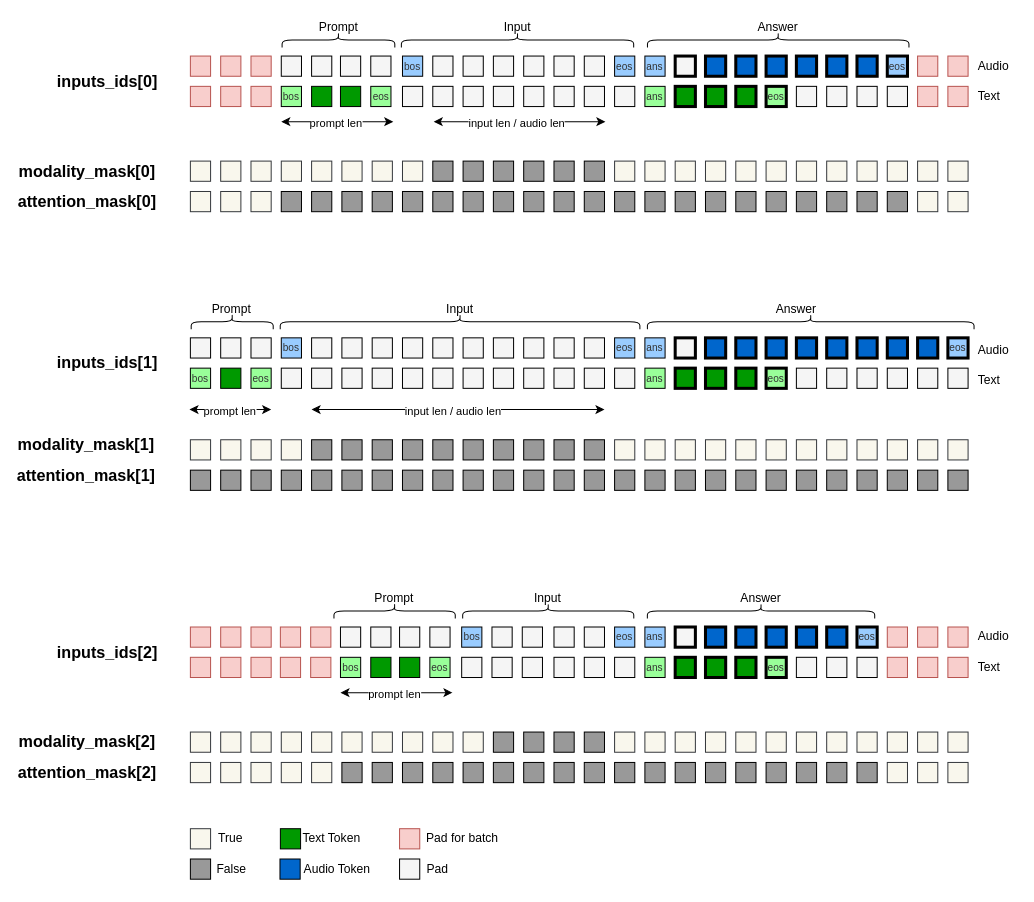
xrysamuel/my-drawio keeps this draw.io diagram as Drafts/slam-omni.drawio. Above is the earlier version. Source tidied: cells renumbered, new cells numbered last; positions are measured from the earlier drawing's top-left corner, leaving out a move shared by most shapes. Both pictures are drawn from the tidied source at 101%, with x=0, y=0 at pixel (27, -91).
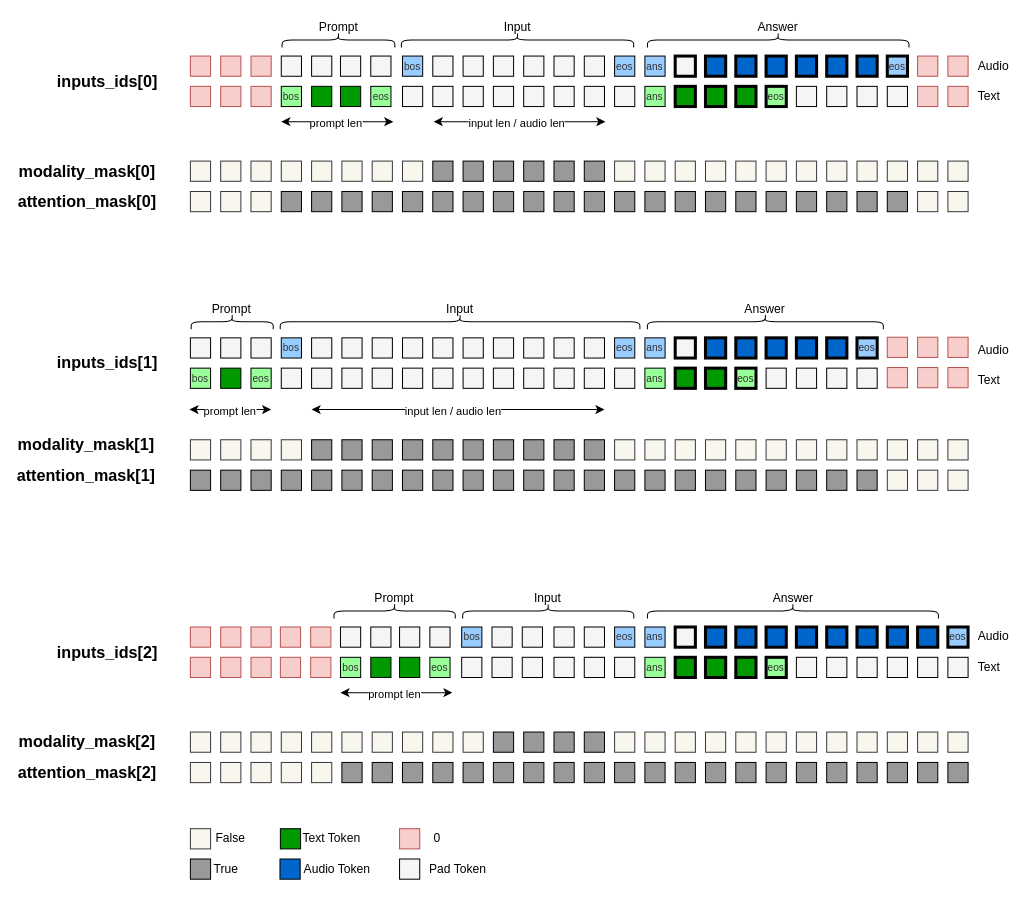
The same page after the edit.

The edit, as a diff of the source:
```diff
@@
-    <mxCell id="71" style="rounded=0;whiteSpace=wrap;html=1;fillColor=#009900;strokeColor=default;fontColor=#333333;fontSize=10;strokeWidth=3;" parent="1" vertex="1">
-      <mxGeometry x="701" y="454" width="20" height="20" as="geometry" />
-    </mxCell>
@@
-    <mxCell id="79" style="rounded=0;whiteSpace=wrap;html=1;fillColor=#0066CC;strokeColor=default;fontColor=#333333;fontSize=10;strokeWidth=3;" parent="1" vertex="1">
-      <mxGeometry x="821" y="424" width="20" height="20" as="geometry" />
-    </mxCell>
-    <mxCell id="80" style="rounded=0;whiteSpace=wrap;html=1;fillColor=#0066CC;strokeColor=default;fontColor=#333333;fontSize=10;strokeWidth=3;" parent="1" vertex="1">
-      <mxGeometry x="881" y="424" width="20" height="20" as="geometry" />
-    </mxCell>
-    <mxCell id="81" style="rounded=0;whiteSpace=wrap;html=1;fillColor=#f5f5f5;strokeColor=default;fontColor=#333333;fontSize=10;align=center;verticalAlign=middle;fontFamily=Helvetica;" parent="1" vertex="1">
-      <mxGeometry x="881" y="454" width="20" height="20" as="geometry" />
-    </mxCell>
-    <mxCell id="82" style="rounded=0;whiteSpace=wrap;html=1;fillColor=#f5f5f5;strokeColor=default;fontColor=#333333;fontSize=10;align=center;verticalAlign=middle;fontFamily=Helvetica;" parent="1" vertex="1">
-      <mxGeometry x="911" y="454" width="20" height="20" as="geometry" />
-    </mxCell>
     <mxCell id="83" value="eos" style="rounded=0;whiteSpace=wrap;html=1;fillColor=#99CCFF;strokeColor=default;fontColor=#333333;fontSize=10;align=center;verticalAlign=middle;fontFamily=Helvetica;strokeWidth=3;" parent="1" vertex="1">
-      <mxGeometry x="911" y="424" width="20" height="20" as="geometry" />
+      <mxGeometry x="821" y="424" width="20" height="20" as="geometry" />
     </mxCell>
     <mxCell id="84" value="eos" style="rounded=0;whiteSpace=wrap;html=1;fillColor=#99FF99;strokeColor=default;fontColor=#333333;fontSize=10;strokeWidth=3;" parent="1" vertex="1">
-      <mxGeometry x="731" y="454" width="20" height="20" as="geometry" />
+      <mxGeometry x="701" y="454" width="20" height="20" as="geometry" />
     </mxCell>
@@
-    <mxCell id="105" style="rounded=0;whiteSpace=wrap;html=1;fillColor=#f5f5f5;strokeColor=default;fontColor=#333333;fontSize=10;align=center;verticalAlign=middle;fontFamily=Helvetica;" parent="1" vertex="1">
-      <mxGeometry x="851" y="454" width="20" height="20" as="geometry" />
-    </mxCell>
-    <mxCell id="106" style="rounded=0;whiteSpace=wrap;html=1;fillColor=#0066CC;strokeColor=default;fontColor=#333333;fontSize=10;strokeWidth=3;" parent="1" vertex="1">
-      <mxGeometry x="851" y="424" width="20" height="20" as="geometry" />
-    </mxCell>
@@
     <mxCell id="115" style="shape=curlyBracket;whiteSpace=wrap;html=1;rounded=1;flipH=1;labelPosition=right;verticalLabelPosition=middle;align=left;verticalAlign=middle;rotation=-90;" parent="1" vertex="1">
-      <mxGeometry x="767.7" y="246.4" width="15" height="323.4" as="geometry" />
+      <mxGeometry x="722.8" y="291.2" width="15" height="233.6" as="geometry" />
     </mxCell>
     <mxCell id="116" value="Answer" style="text;html=1;align=center;verticalAlign=middle;whiteSpace=wrap;rounded=0;" parent="1" vertex="1">
-      <mxGeometry x="731" y="385.5" width="60" height="20" as="geometry" />
+      <mxGeometry x="700.3" y="385.5" width="60" height="20" as="geometry" />
     </mxCell>
@@
-    <mxCell id="232" style="rounded=0;whiteSpace=wrap;html=1;fillColor=#999999;strokeColor=default;fontColor=#333333;fontSize=10;align=center;verticalAlign=middle;fontFamily=Helvetica;" parent="1" vertex="1">
+    <mxCell id="232" style="rounded=0;whiteSpace=wrap;html=1;fillColor=#f9f7ed;strokeColor=#36393d;fontSize=10;align=center;verticalAlign=middle;fontFamily=Helvetica;" parent="1" vertex="1">
       <mxGeometry x="851" y="555" width="20" height="20" as="geometry" />
     </mxCell>
@@
-    <mxCell id="237" style="rounded=0;whiteSpace=wrap;html=1;fillColor=#999999;strokeColor=default;fontColor=#333333;fontSize=10;align=center;verticalAlign=middle;fontFamily=Helvetica;" parent="1" vertex="1">
+    <mxCell id="237" style="rounded=0;whiteSpace=wrap;html=1;fillColor=#f9f7ed;strokeColor=#36393d;fontSize=10;align=center;verticalAlign=middle;fontFamily=Helvetica;" parent="1" vertex="1">
       <mxGeometry x="911" y="555" width="20" height="20" as="geometry" />
     </mxCell>
-    <mxCell id="238" style="rounded=0;whiteSpace=wrap;html=1;fillColor=#999999;strokeColor=default;fontColor=#333333;fontSize=10;align=center;verticalAlign=middle;fontFamily=Helvetica;" parent="1" vertex="1">
+    <mxCell id="238" style="rounded=0;whiteSpace=wrap;html=1;fillColor=#f9f7ed;strokeColor=#36393d;fontSize=10;align=center;verticalAlign=middle;fontFamily=Helvetica;" parent="1" vertex="1">
       <mxGeometry x="881" y="555" width="20" height="20" as="geometry" />
     </mxCell>
@@
-    <mxCell id="266" style="rounded=0;whiteSpace=wrap;html=1;fillColor=#f8cecc;strokeColor=#b85450;fontSize=10;align=center;verticalAlign=middle;fontFamily=Helvetica;" parent="1" vertex="1">
-      <mxGeometry x="881" y="740.3" width="20" height="20" as="geometry" />
-    </mxCell>
     <mxCell id="267" value="eos" style="rounded=0;whiteSpace=wrap;html=1;fillColor=#99CCFF;strokeColor=default;fontColor=#333333;fontSize=10;align=center;verticalAlign=middle;fontFamily=Helvetica;strokeWidth=3;" parent="1" vertex="1">
-      <mxGeometry x="821" y="710.3" width="20" height="20" as="geometry" />
+      <mxGeometry x="911" y="710.3" width="20" height="20" as="geometry" />
     </mxCell>
@@
     <mxCell id="281" style="shape=curlyBracket;whiteSpace=wrap;html=1;rounded=1;flipH=1;labelPosition=right;verticalLabelPosition=middle;align=left;verticalAlign=middle;rotation=-90;" parent="1" vertex="1">
-      <mxGeometry x="718.5" y="581.9" width="15" height="225.1" as="geometry" />
+      <mxGeometry x="750.1" y="550.3" width="15" height="288.1" as="geometry" />
     </mxCell>
     <mxCell id="282" value="Answer" style="text;html=1;align=center;verticalAlign=middle;whiteSpace=wrap;rounded=0;" parent="1" vertex="1">
-      <mxGeometry x="696" y="671.9" width="60" height="20" as="geometry" />
+      <mxGeometry x="727.6" y="671.9" width="60" height="20" as="geometry" />
     </mxCell>
@@
-    <mxCell id="293" style="rounded=0;whiteSpace=wrap;html=1;fillColor=#f8cecc;strokeColor=#b85450;fontSize=10;" parent="1" vertex="1">
-      <mxGeometry x="911" y="710.3" width="20" height="20" as="geometry" />
-    </mxCell>
-    <mxCell id="294" style="rounded=0;whiteSpace=wrap;html=1;fillColor=#f8cecc;strokeColor=#b85450;fontSize=10;" parent="1" vertex="1">
-      <mxGeometry x="911" y="740.3" width="20" height="20" as="geometry" />
-    </mxCell>
@@
-    <mxCell id="343" style="rounded=0;whiteSpace=wrap;html=1;fontSize=10;align=center;verticalAlign=middle;fontFamily=Helvetica;fillColor=#f9f7ed;strokeColor=#36393d;" parent="1" vertex="1">
+    <mxCell id="343" style="rounded=0;whiteSpace=wrap;html=1;fontSize=10;align=center;verticalAlign=middle;fontFamily=Helvetica;fillColor=#999999;strokeColor=default;fontColor=#333333;" parent="1" vertex="1">
       <mxGeometry x="851" y="844.4" width="20" height="20" as="geometry" />
     </mxCell>
@@
-    <mxCell id="348" style="rounded=0;whiteSpace=wrap;html=1;fontSize=10;fillColor=#f9f7ed;strokeColor=#36393d;" parent="1" vertex="1">
+    <mxCell id="348" style="rounded=0;whiteSpace=wrap;html=1;fontSize=10;fillColor=#999999;strokeColor=default;align=center;verticalAlign=middle;fontFamily=Helvetica;fontColor=#333333;" parent="1" vertex="1">
       <mxGeometry x="911" y="844.4" width="20" height="20" as="geometry" />
     </mxCell>
-    <mxCell id="349" style="rounded=0;whiteSpace=wrap;html=1;fontSize=10;align=center;verticalAlign=middle;fontFamily=Helvetica;fillColor=#f9f7ed;strokeColor=#36393d;" parent="1" vertex="1">
+    <mxCell id="349" style="rounded=0;whiteSpace=wrap;html=1;fontSize=10;align=center;verticalAlign=middle;fontFamily=Helvetica;fillColor=#999999;strokeColor=default;fontColor=#333333;" parent="1" vertex="1">
       <mxGeometry x="881" y="844.4" width="20" height="20" as="geometry" />
     </mxCell>
-    <mxCell id="350" style="rounded=0;whiteSpace=wrap;html=1;fillColor=#f8cecc;strokeColor=#b85450;fontSize=10;align=center;verticalAlign=middle;fontFamily=Helvetica;" parent="1" vertex="1">
-      <mxGeometry x="881" y="710.3" width="20" height="20" as="geometry" />
-    </mxCell>
@@
-    <mxCell id="355" style="rounded=0;whiteSpace=wrap;html=1;fillColor=#f8cecc;strokeColor=#b85450;fontSize=10;align=center;verticalAlign=middle;fontFamily=Helvetica;" parent="1" vertex="1">
-      <mxGeometry x="851" y="710.3" width="20" height="20" as="geometry" />
-    </mxCell>
-    <mxCell id="356" style="rounded=0;whiteSpace=wrap;html=1;fillColor=#f8cecc;strokeColor=#b85450;fontSize=10;align=center;verticalAlign=middle;fontFamily=Helvetica;" parent="1" vertex="1">
-      <mxGeometry x="851" y="740.3" width="20" height="20" as="geometry" />
-    </mxCell>
@@
-    <mxCell id="358" value="True" style="text;html=1;align=center;verticalAlign=middle;whiteSpace=wrap;rounded=0;" parent="1" vertex="1">
+    <mxCell id="358" value="False" style="text;html=1;align=center;verticalAlign=middle;whiteSpace=wrap;rounded=0;" parent="1" vertex="1">
       <mxGeometry x="171" y="905" width="60" height="30" as="geometry" />
     </mxCell>
@@
-    <mxCell id="360" value="False" style="text;html=1;align=center;verticalAlign=middle;whiteSpace=wrap;rounded=0;" parent="1" vertex="1">
-      <mxGeometry x="172.4" y="935" width="60" height="30" as="geometry" />
+    <mxCell id="360" value="True" style="text;html=1;align=center;verticalAlign=middle;whiteSpace=wrap;rounded=0;" parent="1" vertex="1">
+      <mxGeometry x="172.4" y="935" width="48.6" height="30" as="geometry" />
     </mxCell>
@@
-    <mxCell id="366" value="Pad for batch" style="text;html=1;align=center;verticalAlign=middle;whiteSpace=wrap;rounded=0;" parent="1" vertex="1">
-      <mxGeometry x="389.6" y="905" width="81.4" height="30" as="geometry" />
+    <mxCell id="366" value="0" style="text;html=1;align=center;verticalAlign=middle;whiteSpace=wrap;rounded=0;" parent="1" vertex="1">
+      <mxGeometry x="389.6" y="905" width="31.4" height="30" as="geometry" />
     </mxCell>
@@
-    <mxCell id="368" value="Pad" style="text;html=1;align=center;verticalAlign=middle;whiteSpace=wrap;rounded=0;" parent="1" vertex="1">
-      <mxGeometry x="391" y="935" width="30" height="30" as="geometry" />
+    <mxCell id="368" value="Pad Token" style="text;html=1;align=center;verticalAlign=middle;whiteSpace=wrap;rounded=0;" parent="1" vertex="1">
+      <mxGeometry x="391" y="935" width="70" height="30" as="geometry" />
     </mxCell>
+    <mxCell id="369" style="rounded=0;whiteSpace=wrap;html=1;fillColor=#f5f5f5;strokeColor=default;fontColor=#333333;fontSize=10;align=center;verticalAlign=middle;fontFamily=Helvetica;" parent="1" vertex="1">
+      <mxGeometry x="731" y="454" width="20" height="20" as="geometry" />
+    </mxCell>
+    <mxCell id="370" style="rounded=0;whiteSpace=wrap;html=1;fillColor=#f8cecc;strokeColor=#b85450;fontSize=10;align=center;verticalAlign=middle;fontFamily=Helvetica;" parent="1" vertex="1">
+      <mxGeometry x="881" y="453.4" width="20" height="20" as="geometry" />
+    </mxCell>
+    <mxCell id="371" style="rounded=0;whiteSpace=wrap;html=1;fillColor=#f8cecc;strokeColor=#b85450;fontSize=10;" parent="1" vertex="1">
+      <mxGeometry x="911" y="423.4" width="20" height="20" as="geometry" />
+    </mxCell>
+    <mxCell id="372" style="rounded=0;whiteSpace=wrap;html=1;fillColor=#f8cecc;strokeColor=#b85450;fontSize=10;" parent="1" vertex="1">
+      <mxGeometry x="911" y="453.4" width="20" height="20" as="geometry" />
+    </mxCell>
+    <mxCell id="373" style="rounded=0;whiteSpace=wrap;html=1;fillColor=#f8cecc;strokeColor=#b85450;fontSize=10;align=center;verticalAlign=middle;fontFamily=Helvetica;" parent="1" vertex="1">
+      <mxGeometry x="881" y="423.4" width="20" height="20" as="geometry" />
+    </mxCell>
+    <mxCell id="374" style="rounded=0;whiteSpace=wrap;html=1;fillColor=#f8cecc;strokeColor=#b85450;fontSize=10;align=center;verticalAlign=middle;fontFamily=Helvetica;" parent="1" vertex="1">
+      <mxGeometry x="851" y="423.4" width="20" height="20" as="geometry" />
+    </mxCell>
+    <mxCell id="375" style="rounded=0;whiteSpace=wrap;html=1;fillColor=#f8cecc;strokeColor=#b85450;fontSize=10;align=center;verticalAlign=middle;fontFamily=Helvetica;" parent="1" vertex="1">
+      <mxGeometry x="851" y="453.4" width="20" height="20" as="geometry" />
+    </mxCell>
+    <mxCell id="376" style="rounded=0;whiteSpace=wrap;html=1;fillColor=#0066CC;strokeColor=default;fontColor=#333333;fontSize=10;strokeWidth=3;" parent="1" vertex="1">
+      <mxGeometry x="821" y="710.3" width="20" height="20" as="geometry" />
+    </mxCell>
+    <mxCell id="377" style="rounded=0;whiteSpace=wrap;html=1;fillColor=#0066CC;strokeColor=default;fontColor=#333333;fontSize=10;strokeWidth=3;" parent="1" vertex="1">
+      <mxGeometry x="851" y="710.3" width="20" height="20" as="geometry" />
+    </mxCell>
+    <mxCell id="378" style="rounded=0;whiteSpace=wrap;html=1;fillColor=#0066CC;strokeColor=default;fontColor=#333333;fontSize=10;strokeWidth=3;" parent="1" vertex="1">
+      <mxGeometry x="881" y="710.3" width="20" height="20" as="geometry" />
+    </mxCell>
+    <mxCell id="379" style="rounded=0;whiteSpace=wrap;html=1;fillColor=#f5f5f5;strokeColor=default;fontColor=#333333;fontSize=10;align=center;verticalAlign=middle;fontFamily=Helvetica;" parent="1" vertex="1">
+      <mxGeometry x="851" y="740.3" width="20" height="20" as="geometry" />
+    </mxCell>
+    <mxCell id="380" style="rounded=0;whiteSpace=wrap;html=1;fillColor=#f5f5f5;strokeColor=default;fontColor=#333333;fontSize=10;align=center;verticalAlign=middle;fontFamily=Helvetica;" parent="1" vertex="1">
+      <mxGeometry x="881" y="740.3" width="20" height="20" as="geometry" />
+    </mxCell>
+    <mxCell id="381" style="rounded=0;whiteSpace=wrap;html=1;fillColor=#f5f5f5;strokeColor=default;fontColor=#333333;fontSize=10;align=center;verticalAlign=middle;fontFamily=Helvetica;" parent="1" vertex="1">
+      <mxGeometry x="911" y="740.3" width="20" height="20" as="geometry" />
+    </mxCell>
```
